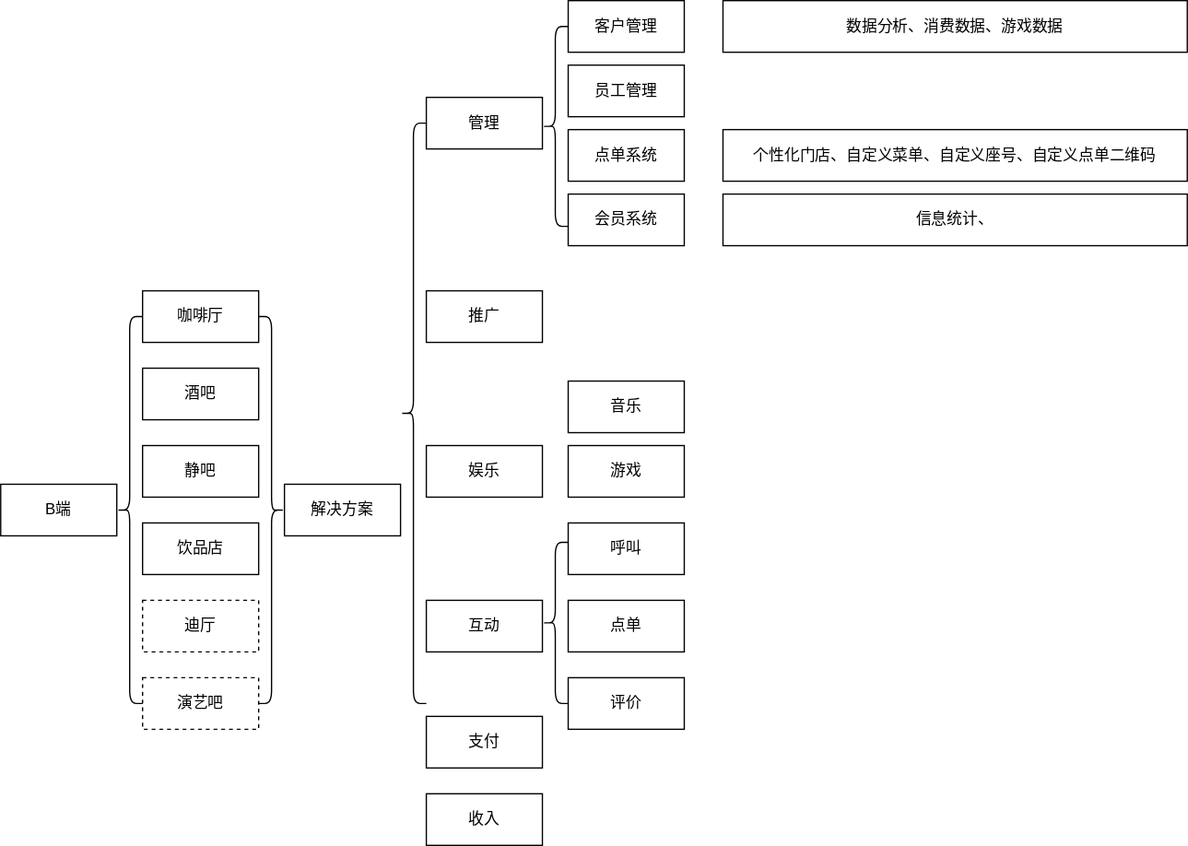
Earlier version of the draw.io export coffeeshop.svg (gaorock530/brainstorm). Source tidied: cells renumbered, new cells last; positions are measured from the earlier drawing's top-left corner, leaving out a move shared by most shapes. The source it was exported from:
```xml
<mxGraphModel>
  <root>
    <mxCell id="0" />
    <mxCell id="1" parent="0" />
    <mxCell id="2" value="咖啡厅" style="rounded=0;whiteSpace=wrap;html=1;" parent="1" vertex="1">
      <mxGeometry x="110" y="225" width="90" height="40" as="geometry" />
    </mxCell>
    <mxCell id="3" value="酒吧" style="rounded=0;whiteSpace=wrap;html=1;" parent="1" vertex="1">
      <mxGeometry x="110" y="285" width="90" height="40" as="geometry" />
    </mxCell>
    <mxCell id="4" value="静吧" style="rounded=0;whiteSpace=wrap;html=1;" parent="1" vertex="1">
      <mxGeometry x="110" y="345" width="90" height="40" as="geometry" />
    </mxCell>
    <mxCell id="5" value="饮品店" style="rounded=0;whiteSpace=wrap;html=1;" parent="1" vertex="1">
      <mxGeometry x="110" y="405" width="90" height="40" as="geometry" />
    </mxCell>
    <mxCell id="6" value="迪厅" style="rounded=0;whiteSpace=wrap;html=1;gradientColor=#ffffff;fillColor=none;dashed=1;" parent="1" vertex="1">
      <mxGeometry x="110" y="465" width="90" height="40" as="geometry" />
    </mxCell>
    <mxCell id="7" value="演艺吧" style="rounded=0;whiteSpace=wrap;html=1;gradientColor=#ffffff;fillColor=none;dashed=1;" parent="1" vertex="1">
      <mxGeometry x="110" y="525" width="90" height="40" as="geometry" />
    </mxCell>
    <mxCell id="8" style="shape=curlyBracket;whiteSpace=wrap;html=1;rounded=1;rotation=-180;gradientColor=#ffffff;" parent="1" vertex="1">
      <mxGeometry x="200" y="245" width="20" height="300" as="geometry" />
    </mxCell>
    <mxCell id="9" value="B端" style="rounded=0;whiteSpace=wrap;html=1;" parent="1" vertex="1">
      <mxGeometry y="375" width="90" height="40" as="geometry" />
    </mxCell>
    <mxCell id="10" value="解决方案" style="rounded=0;whiteSpace=wrap;html=1;" parent="1" vertex="1">
      <mxGeometry x="220" y="375" width="90" height="40" as="geometry" />
    </mxCell>
    <mxCell id="11" style="shape=curlyBracket;whiteSpace=wrap;html=1;rounded=1;rotation=-180;gradientColor=#ffffff;direction=west;" parent="1" vertex="1">
      <mxGeometry x="90" y="245" width="20" height="300" as="geometry" />
    </mxCell>
    <mxCell id="12" style="shape=curlyBracket;whiteSpace=wrap;html=1;rounded=1;rotation=-180;gradientColor=#ffffff;direction=west;size=0.5;" parent="1" vertex="1">
      <mxGeometry x="310" y="95" width="20" height="450" as="geometry" />
    </mxCell>
    <mxCell id="13" value="音乐" style="rounded=0;whiteSpace=wrap;html=1;" parent="1" vertex="1">
      <mxGeometry x="440" y="295" width="90" height="40" as="geometry" />
    </mxCell>
    <mxCell id="14" value="管理" style="rounded=0;whiteSpace=wrap;html=1;" parent="1" vertex="1">
      <mxGeometry x="330" y="75" width="90" height="40" as="geometry" />
    </mxCell>
    <mxCell id="15" value="娱乐" style="rounded=0;whiteSpace=wrap;html=1;" parent="1" vertex="1">
      <mxGeometry x="330" y="345" width="90" height="40" as="geometry" />
    </mxCell>
    <mxCell id="16" value="互动" style="rounded=0;whiteSpace=wrap;html=1;" parent="1" vertex="1">
      <mxGeometry x="330" y="465" width="90" height="40" as="geometry" />
    </mxCell>
    <mxCell id="17" value="推广&lt;br&gt;" style="rounded=0;whiteSpace=wrap;html=1;" parent="1" vertex="1">
      <mxGeometry x="330" y="225" width="90" height="40" as="geometry" />
    </mxCell>
    <mxCell id="18" value="支付" style="rounded=0;whiteSpace=wrap;html=1;" parent="1" vertex="1">
      <mxGeometry x="330" y="555" width="90" height="40" as="geometry" />
    </mxCell>
    <mxCell id="19" value="点单系统" style="rounded=0;whiteSpace=wrap;html=1;" parent="1" vertex="1">
      <mxGeometry x="440" y="100" width="90" height="40" as="geometry" />
    </mxCell>
    <mxCell id="20" value="员工管理" style="rounded=0;whiteSpace=wrap;html=1;" parent="1" vertex="1">
      <mxGeometry x="440" y="50" width="90" height="40" as="geometry" />
    </mxCell>
    <mxCell id="21" value="会员系统" style="rounded=0;whiteSpace=wrap;html=1;" parent="1" vertex="1">
      <mxGeometry x="440" y="150" width="90" height="40" as="geometry" />
    </mxCell>
    <mxCell id="22" value="客户管理" style="rounded=0;whiteSpace=wrap;html=1;" parent="1" vertex="1">
      <mxGeometry x="440" width="90" height="40" as="geometry" />
    </mxCell>
    <mxCell id="23" value="收入" style="rounded=0;whiteSpace=wrap;html=1;" parent="1" vertex="1">
      <mxGeometry x="330" y="615" width="90" height="40" as="geometry" />
    </mxCell>
    <mxCell id="24" style="shape=curlyBracket;whiteSpace=wrap;html=1;rounded=1;rotation=-180;gradientColor=#ffffff;direction=west;size=0.5;" parent="1" vertex="1">
      <mxGeometry x="420" y="20" width="20" height="155" as="geometry" />
    </mxCell>
    <mxCell id="25" value="个性化门店、自定义菜单、自定义座号、自定义点单二维码" style="rounded=0;whiteSpace=wrap;html=1;" parent="1" vertex="1">
      <mxGeometry x="560" y="100" width="360" height="40" as="geometry" />
    </mxCell>
    <mxCell id="26" value="数据分析、消费数据、游戏数据" style="rounded=0;whiteSpace=wrap;html=1;" parent="1" vertex="1">
      <mxGeometry x="560" width="360" height="40" as="geometry" />
    </mxCell>
    <mxCell id="27" value="信息统计、" style="rounded=0;whiteSpace=wrap;html=1;" parent="1" vertex="1">
      <mxGeometry x="560" y="150" width="360" height="40" as="geometry" />
    </mxCell>
    <mxCell id="28" value="点单" style="rounded=0;whiteSpace=wrap;html=1;" parent="1" vertex="1">
      <mxGeometry x="440" y="465" width="90" height="40" as="geometry" />
    </mxCell>
    <mxCell id="29" value="评价" style="rounded=0;whiteSpace=wrap;html=1;" parent="1" vertex="1">
      <mxGeometry x="440" y="525" width="90" height="40" as="geometry" />
    </mxCell>
    <mxCell id="30" style="shape=curlyBracket;whiteSpace=wrap;html=1;rounded=1;rotation=-180;gradientColor=#ffffff;direction=west;size=0.5;" parent="1" vertex="1">
      <mxGeometry x="420" y="420" width="20" height="125" as="geometry" />
    </mxCell>
    <mxCell id="31" value="游戏" style="rounded=0;whiteSpace=wrap;html=1;" parent="1" vertex="1">
      <mxGeometry x="440" y="345" width="90" height="40" as="geometry" />
    </mxCell>
    <mxCell id="32" value="呼叫" style="rounded=0;whiteSpace=wrap;html=1;" parent="1" vertex="1">
      <mxGeometry x="440" y="405" width="90" height="40" as="geometry" />
    </mxCell>
  </root>
</mxGraphModel>
```
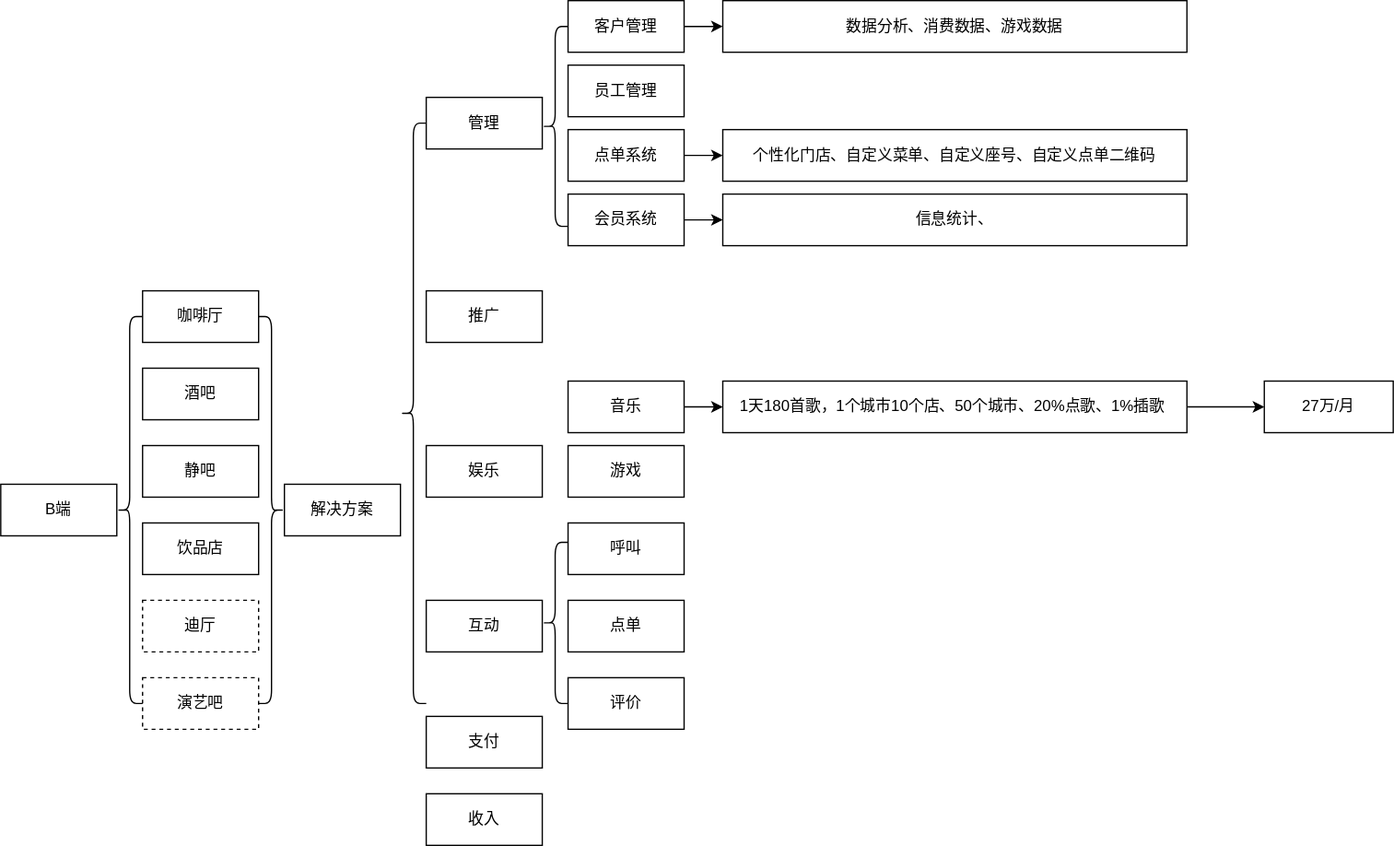
The same diagram one commit later.

What changed in the source:
```diff
@@ -35,6 +35,9 @@
     <mxCell id="12" style="shape=curlyBracket;whiteSpace=wrap;html=1;rounded=1;rotation=-180;gradientColor=#ffffff;direction=west;size=0.5;" parent="1" vertex="1">
       <mxGeometry x="310" y="95" width="20" height="450" as="geometry" />
     </mxCell>
+    <mxCell id="33" style="edgeStyle=orthogonalEdgeStyle;rounded=0;jettySize=auto;html=1;exitX=1;exitY=0.5;exitDx=0;exitDy=0;" parent="1" edge="1" source="13" target="38">
+      <mxGeometry relative="1" as="geometry" />
+    </mxCell>
     <mxCell id="13" value="音乐" style="rounded=0;whiteSpace=wrap;html=1;" parent="1" vertex="1">
       <mxGeometry x="440" y="295" width="90" height="40" as="geometry" />
     </mxCell>
@@ -53,15 +56,24 @@
     <mxCell id="18" value="支付" style="rounded=0;whiteSpace=wrap;html=1;" parent="1" vertex="1">
       <mxGeometry x="330" y="555" width="90" height="40" as="geometry" />
     </mxCell>
+    <mxCell id="34" style="edgeStyle=orthogonalEdgeStyle;rounded=0;jettySize=auto;html=1;exitX=1;exitY=0.5;exitDx=0;exitDy=0;entryX=0;entryY=0.5;entryDx=0;entryDy=0;" parent="1" edge="1" source="19" target="25">
+      <mxGeometry relative="1" as="geometry" />
+    </mxCell>
     <mxCell id="19" value="点单系统" style="rounded=0;whiteSpace=wrap;html=1;" parent="1" vertex="1">
       <mxGeometry x="440" y="100" width="90" height="40" as="geometry" />
     </mxCell>
     <mxCell id="20" value="员工管理" style="rounded=0;whiteSpace=wrap;html=1;" parent="1" vertex="1">
       <mxGeometry x="440" y="50" width="90" height="40" as="geometry" />
     </mxCell>
+    <mxCell id="35" style="edgeStyle=orthogonalEdgeStyle;rounded=0;jettySize=auto;html=1;exitX=1;exitY=0.5;exitDx=0;exitDy=0;entryX=0;entryY=0.5;entryDx=0;entryDy=0;" parent="1" edge="1" source="21" target="27">
+      <mxGeometry relative="1" as="geometry" />
+    </mxCell>
     <mxCell id="21" value="会员系统" style="rounded=0;whiteSpace=wrap;html=1;" parent="1" vertex="1">
       <mxGeometry x="440" y="150" width="90" height="40" as="geometry" />
     </mxCell>
+    <mxCell id="36" style="edgeStyle=orthogonalEdgeStyle;rounded=0;jettySize=auto;html=1;exitX=1;exitY=0.5;exitDx=0;exitDy=0;entryX=0;entryY=0.5;entryDx=0;entryDy=0;" parent="1" edge="1" source="22" target="26">
+      <mxGeometry relative="1" as="geometry" />
+    </mxCell>
     <mxCell id="22" value="客户管理" style="rounded=0;whiteSpace=wrap;html=1;" parent="1" vertex="1">
       <mxGeometry x="440" width="90" height="40" as="geometry" />
     </mxCell>
@@ -95,5 +107,14 @@
     <mxCell id="32" value="呼叫" style="rounded=0;whiteSpace=wrap;html=1;" parent="1" vertex="1">
       <mxGeometry x="440" y="405" width="90" height="40" as="geometry" />
     </mxCell>
+    <mxCell id="37" style="edgeStyle=orthogonalEdgeStyle;rounded=0;jettySize=auto;html=1;" parent="1" edge="1" source="38" target="39">
+      <mxGeometry relative="1" as="geometry" />
+    </mxCell>
+    <mxCell id="38" value="1天180首歌，1个城市10个店、50个城市、20%点歌、1%插歌&amp;nbsp;" style="rounded=0;whiteSpace=wrap;html=1;" parent="1" vertex="1">
+      <mxGeometry x="560" y="295" width="360" height="40" as="geometry" />
+    </mxCell>
+    <mxCell id="39" value="27万/月" style="whiteSpace=wrap;html=1;rounded=0;" parent="1" vertex="1">
+      <mxGeometry x="980" y="295" width="100" height="40" as="geometry" />
+    </mxCell>
   </root>
 </mxGraphModel>
```
